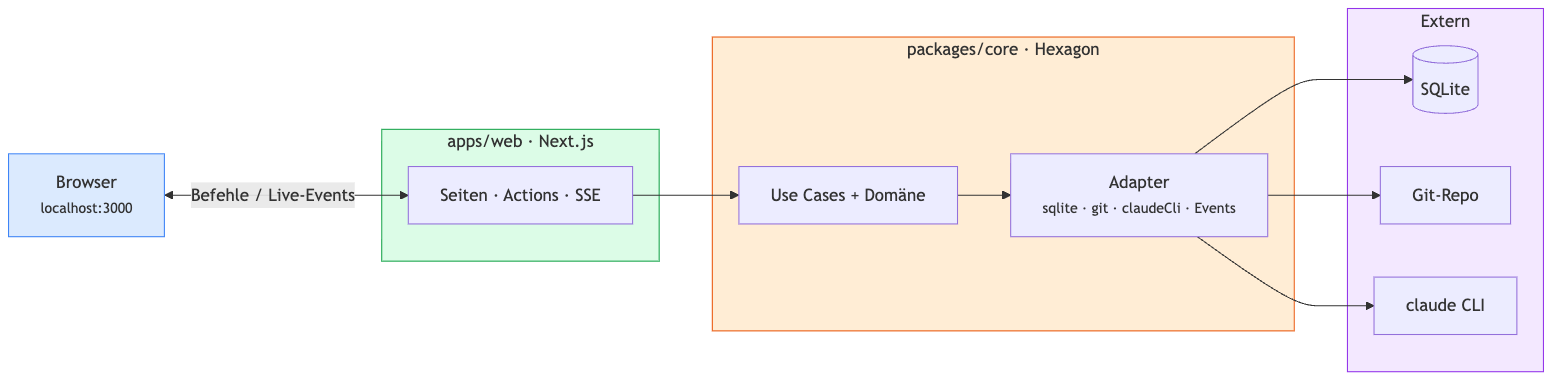
wojciechlaka/ai-sdlc keeps this Mermaid diagram as docs/architecture.png. Above is the earlier version. Its source is kept beside it as docs/architecture.mmd.
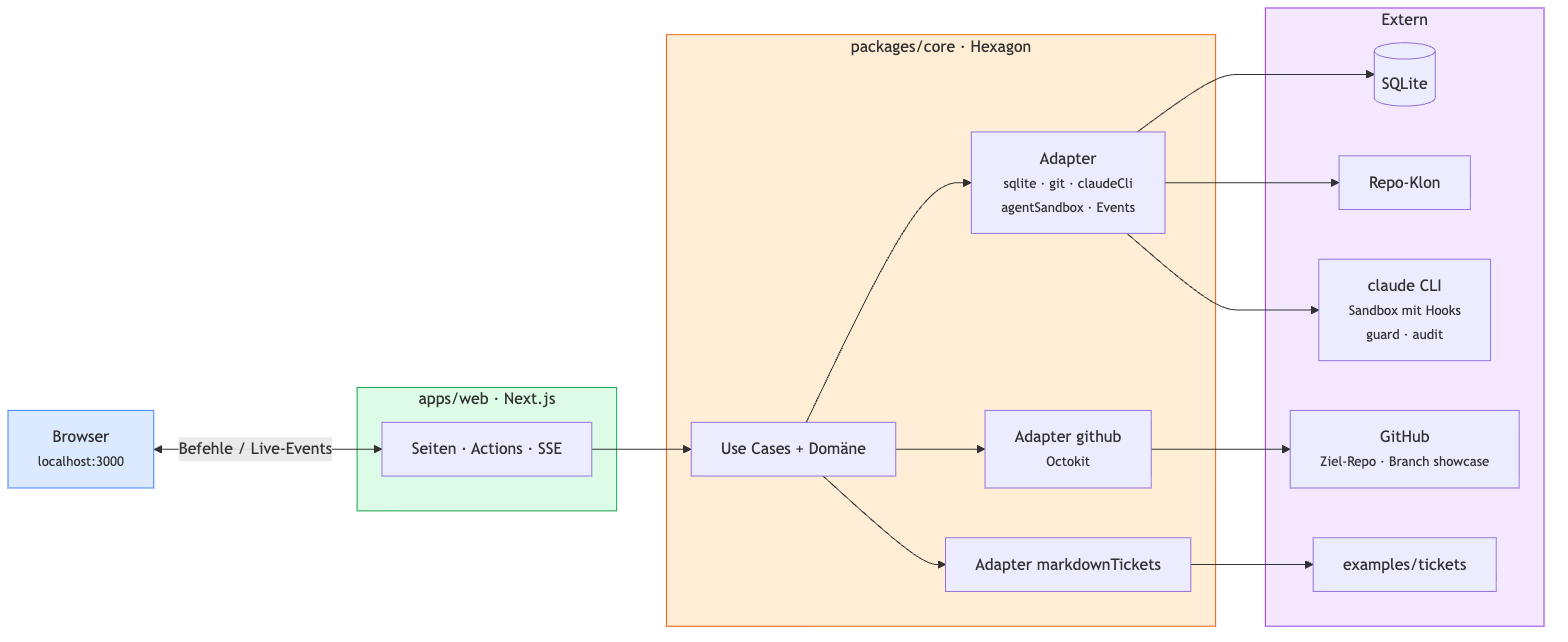
Later version of the same file.

The edit, as a diff of the source:
```diff
@@ -7,14 +7,20 @@
 
     subgraph Core["packages/core · Hexagon"]
         UC["Use Cases + Domäne"]
-        AD["Adapter<br/><small>sqlite · git · claudeCli · Events</small>"]
+        AD["Adapter<br/><small>sqlite · git · claudeCli<br/>agentSandbox · Events</small>"]
+        GH["Adapter github<br/><small>Octokit</small>"]
+        MT["Adapter markdownTickets"]
         UC --> AD
+        UC --> GH
+        UC --> MT
     end
 
     subgraph Ext["Extern"]
         DB[("SQLite")]
-        GIT["Git-Repo"]
-        CL["claude CLI"]
+        GIT["Repo-Klon"]
+        CL["claude CLI<br/><small>Sandbox mit Hooks<br/>guard · audit</small>"]
+        GHA["GitHub<br/><small>Ziel-Repo · Branch showcase</small>"]
+        TK["examples/tickets"]
     end
 
     B <-->|"Befehle / Live-Events"| W
@@ -22,6 +28,8 @@
     AD --> DB
     AD --> GIT
     AD --> CL
+    GH --> GHA
+    MT --> TK
 
     style Web fill:#dcfce7,stroke:#16a34a
     style Core fill:#ffedd5,stroke:#ea580c
```
